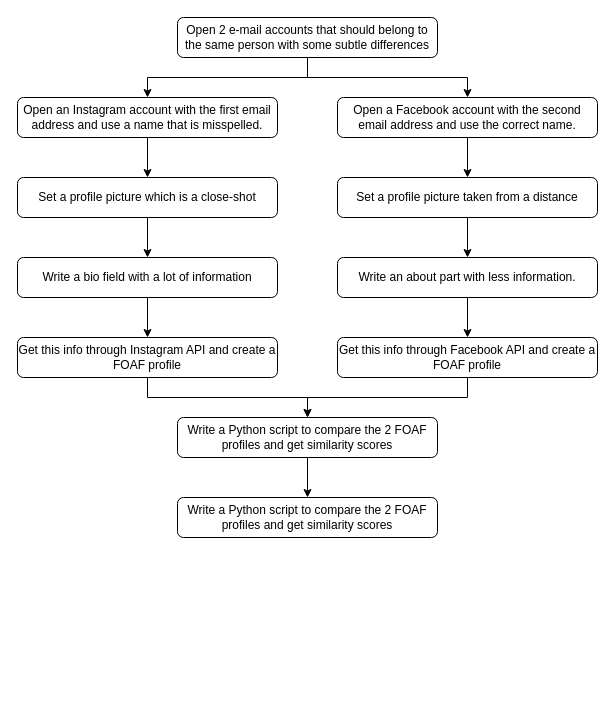
The draw.io diagram CS-475.drawio in emre-karatas/CS475-DataPrivacy, before the edit. Source tidied: cells renumbered, new cells numbered last; positions are measured from the earlier drawing's top-left corner, leaving out a move shared by most shapes. Both pictures are drawn from the tidied source at 100%, with x=0, y=0 at pixel (17, 17).
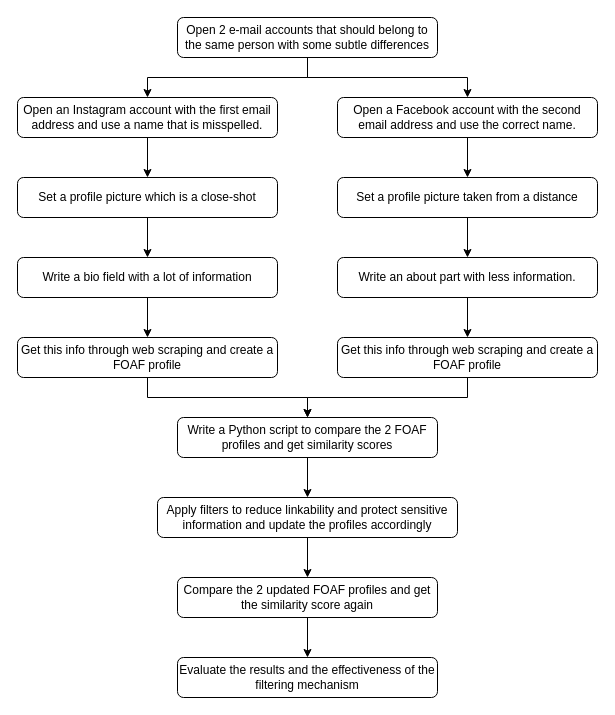
After the change.

Diff of the diagram source:
```diff
@@
-    <mxCell id="18" value="Get this info through Instagram API and create a FOAF profile" style="rounded=1;whiteSpace=wrap;html=1;" parent="1" vertex="1">
+    <mxCell id="18" value="Get this info through web scraping and create a FOAF profile" style="rounded=1;whiteSpace=wrap;html=1;" parent="1" vertex="1">
       <mxGeometry y="320" width="260" height="40" as="geometry" />
     </mxCell>
@@
-    <mxCell id="20" value="Get this info through Facebook API and create a FOAF profile" style="rounded=1;whiteSpace=wrap;html=1;" parent="1" vertex="1">
+    <mxCell id="20" value="Get this info through web scraping and create a FOAF profile" style="rounded=1;whiteSpace=wrap;html=1;" parent="1" vertex="1">
       <mxGeometry x="320" y="320" width="260" height="40" as="geometry" />
     </mxCell>
@@
+    <mxCell id="24" style="edgeStyle=orthogonalEdgeStyle;rounded=0;jettySize=auto;html=1;" parent="1" edge="1" source="23" target="26">
+      <mxGeometry relative="1" as="geometry" />
+    </mxCell>
-    <mxCell id="23" value="Write a Python script to compare the 2 FOAF profiles and get similarity scores" style="rounded=1;whiteSpace=wrap;html=1;" parent="1" vertex="1">
-      <mxGeometry x="160" y="480" width="260" height="40" as="geometry" />
+    <mxCell id="23" value="Apply filters to reduce linkability and protect sensitive information and update the profiles accordingly" style="rounded=1;whiteSpace=wrap;html=1;" parent="1" vertex="1">
+      <mxGeometry x="140" y="480" width="300" height="40" as="geometry" />
     </mxCell>
+    <mxCell id="25" style="edgeStyle=orthogonalEdgeStyle;rounded=0;jettySize=auto;html=1;" parent="1" edge="1" source="26" target="27">
+      <mxGeometry relative="1" as="geometry" />
+    </mxCell>
+    <mxCell id="26" value="Compare the 2 updated FOAF profiles and get the similarity score again" style="rounded=1;whiteSpace=wrap;html=1;" parent="1" vertex="1">
+      <mxGeometry x="160" y="560" width="260" height="40" as="geometry" />
+    </mxCell>
+    <mxCell id="27" value="Evaluate the results and the effectiveness of the filtering mechanism" style="rounded=1;whiteSpace=wrap;html=1;" parent="1" vertex="1">
+      <mxGeometry x="160" y="640" width="260" height="40" as="geometry" />
+    </mxCell>
```
